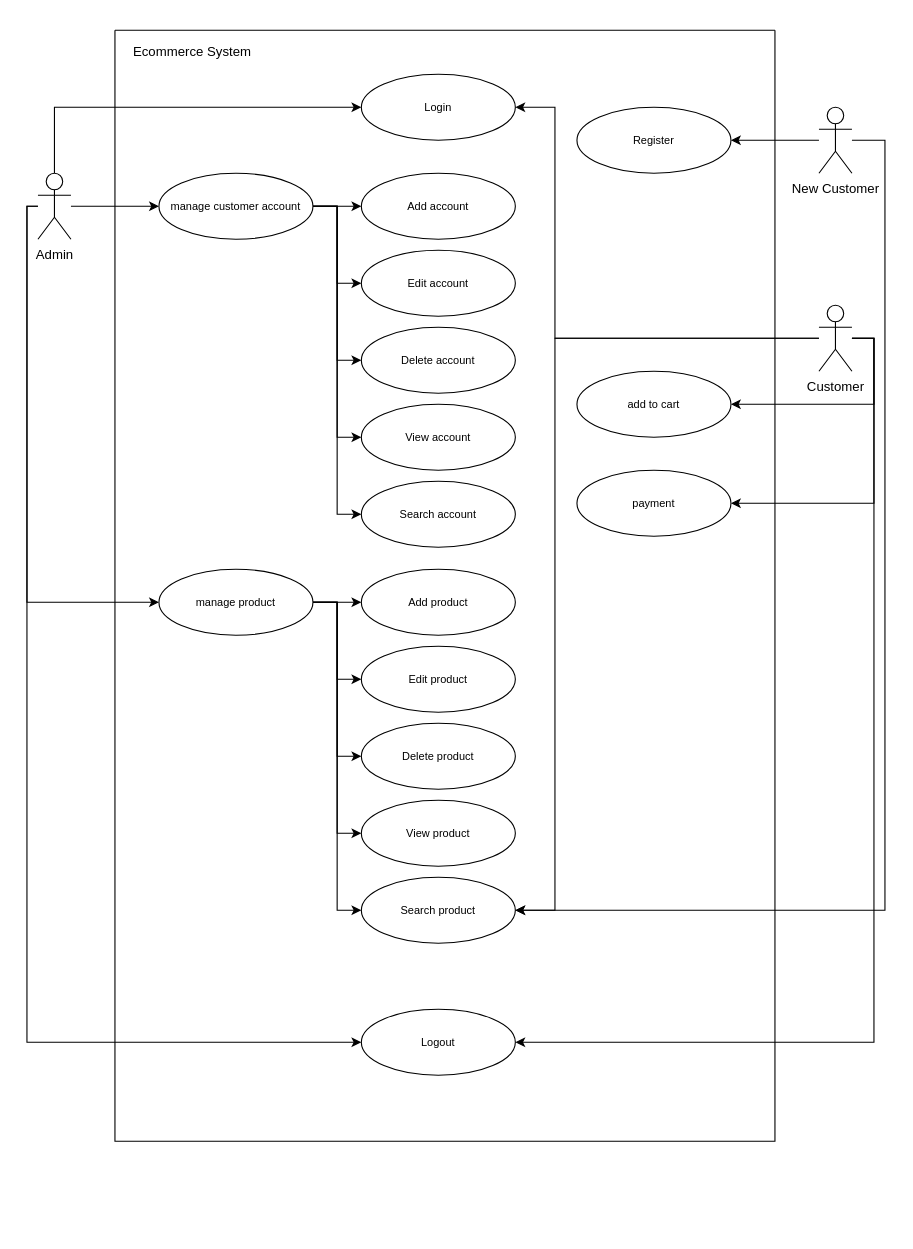
Before: Untitled Diagram.drawio in SewYongQi/Intern, a draw.io diagram. Source tidied: cells renumbered, new cells numbered last; positions are measured from the earlier drawing's top-left corner, leaving out a move shared by most shapes. Both pictures are drawn from the tidied source at 110%, with x=0, y=0 at pixel (26, 30).
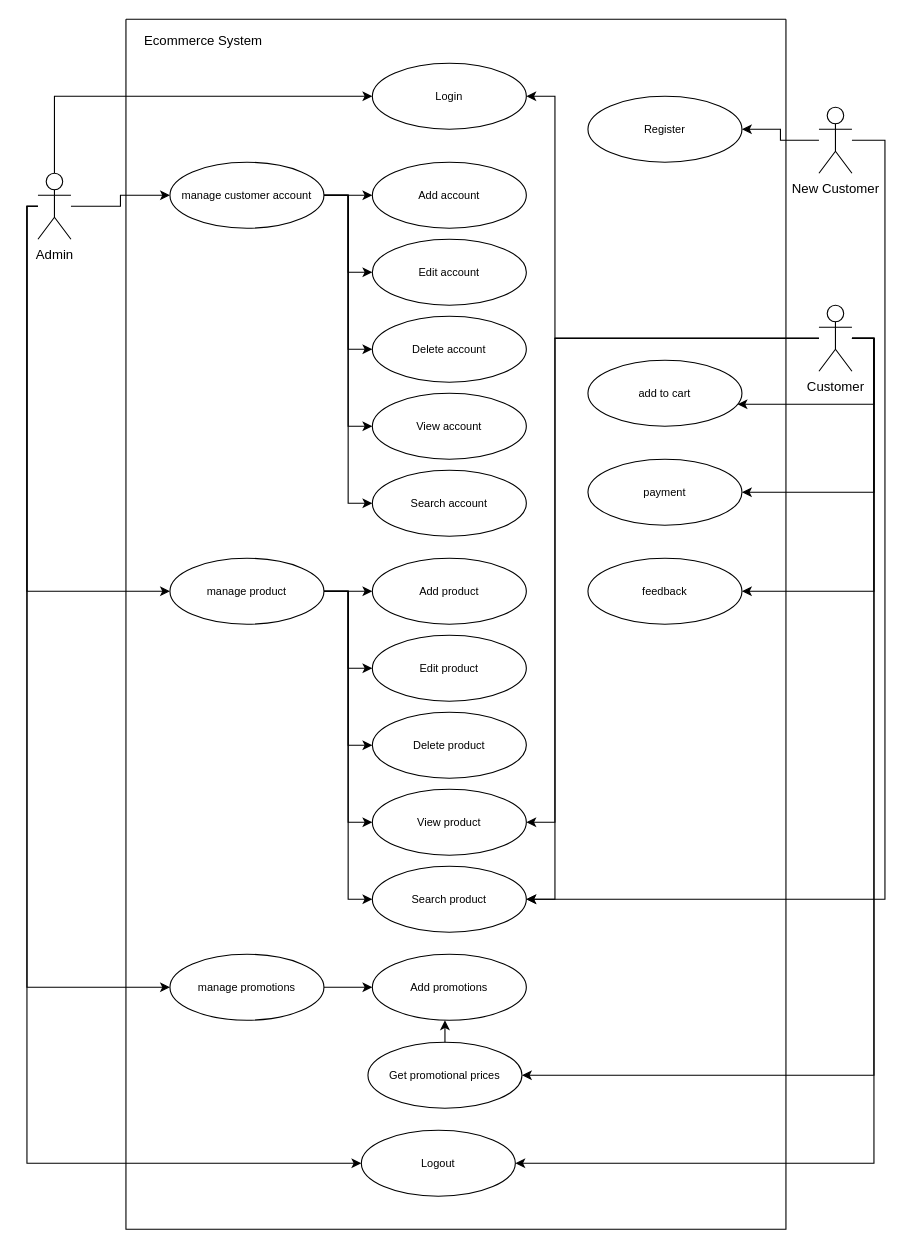
Above is the later version.

Unchanged cells that the change refers to:
```xml
<mxCell id="6" value="Admin" style="shape=umlActor;verticalLabelPosition=bottom;verticalAlign=top;html=1;outlineConnect=0;" parent="1" vertex="1">
  <mxGeometry x="10" y="130" width="30" height="60" as="geometry" />
</mxCell>
<mxCell id="20" value="Login" style="ellipse;whiteSpace=wrap;html=1;fontSize=10;" parent="7" vertex="1">
  <mxGeometry x="224" y="40" width="140" height="60" as="geometry" />
</mxCell>
<mxCell id="26" value="&lt;font style=&quot;font-size: 10px&quot;&gt;manage product&lt;/font&gt;" style="ellipse;whiteSpace=wrap;html=1;fontSize=10;" parent="7" vertex="1">
  <mxGeometry x="40" y="490" width="140" height="60" as="geometry" />
</mxCell>
<mxCell id="31" value="&lt;font style=&quot;font-size: 10px&quot;&gt;Search product&lt;/font&gt;" style="ellipse;whiteSpace=wrap;html=1;fontSize=10;" parent="7" vertex="1">
  <mxGeometry x="224" y="770" width="140" height="60" as="geometry" />
</mxCell>
<mxCell id="35" value="payment" style="ellipse;whiteSpace=wrap;html=1;fontSize=10;" parent="7" vertex="1">
  <mxGeometry x="420" y="400" width="140" height="60" as="geometry" />
</mxCell>
<mxCell id="38" value="New Customer" style="shape=umlActor;verticalLabelPosition=bottom;verticalAlign=top;html=1;outlineConnect=0;" parent="1" vertex="1">
  <mxGeometry x="720" y="70" width="30" height="60" as="geometry" />
</mxCell>
<mxCell id="44" value="Customer" style="shape=umlActor;verticalLabelPosition=bottom;verticalAlign=top;html=1;outlineConnect=0;" parent="1" vertex="1">
  <mxGeometry x="720" y="250" width="30" height="60" as="geometry" />
</mxCell>
```

Change to the diagram source:
```diff
@@
     <mxCell id="4" style="edgeStyle=orthogonalEdgeStyle;rounded=0;jettySize=auto;html=1;entryX=0;entryY=0.5;entryDx=0;entryDy=0;fontSize=10;" parent="1" edge="1" source="6" target="26">
       <mxGeometry relative="1" as="geometry">
         <Array as="points">
           <mxPoint y="160" />
-          <mxPoint y="520" />
+          <mxPoint y="510" />
         </Array>
       </mxGeometry>
     </mxCell>
     <mxCell id="5" style="edgeStyle=orthogonalEdgeStyle;rounded=0;jettySize=auto;html=1;entryX=0;entryY=0.5;entryDx=0;entryDy=0;fontSize=10;" parent="1" edge="1" source="6" target="32">
       <mxGeometry relative="1" as="geometry">
         <Array as="points">
           <mxPoint y="160" />
-          <mxPoint y="920" />
+          <mxPoint y="1030" />
         </Array>
       </mxGeometry>
     </mxCell>
@@
     <mxCell id="7" style="swimlane;startSize=0;" parent="1" vertex="1">
-      <mxGeometry x="80" width="600" height="1010" as="geometry" />
+      <mxGeometry x="90" y="-10" width="600" height="1100" as="geometry" />
     </mxCell>
@@
     <mxCell id="32" value="&lt;font style=&quot;font-size: 10px&quot;&gt;Logout&lt;/font&gt;" style="ellipse;whiteSpace=wrap;html=1;fontSize=10;" parent="7" vertex="1">
-      <mxGeometry x="224" y="890" width="140" height="60" as="geometry" />
+      <mxGeometry x="214" y="1010" width="140" height="60" as="geometry" />
     </mxCell>
@@
+    <mxCell id="45" value="feedback" style="ellipse;whiteSpace=wrap;html=1;fontSize=10;" parent="7" vertex="1">
+      <mxGeometry x="420" y="490" width="140" height="60" as="geometry" />
+    </mxCell>
+    <mxCell id="46" value="&lt;font style=&quot;font-size: 10px&quot;&gt;manage promotions&lt;/font&gt;" style="ellipse;whiteSpace=wrap;html=1;fontSize=10;" parent="7" vertex="1">
+      <mxGeometry x="40" y="850" width="140" height="60" as="geometry" />
+    </mxCell>
+    <mxCell id="47" value="&lt;font style=&quot;font-size: 10px&quot;&gt;Add promotions&lt;/font&gt;" style="ellipse;whiteSpace=wrap;html=1;fontSize=10;" parent="7" vertex="1">
+      <mxGeometry x="224" y="850" width="140" height="60" as="geometry" />
+    </mxCell>
+    <mxCell id="48" value="&lt;font style=&quot;font-size: 10px&quot;&gt;Get promotional prices&lt;/font&gt;" style="ellipse;whiteSpace=wrap;html=1;fontSize=10;" parent="7" vertex="1">
+      <mxGeometry x="220" y="930" width="140" height="60" as="geometry" />
+    </mxCell>
+    <mxCell id="49" style="edgeStyle=orthogonalEdgeStyle;rounded=0;jettySize=auto;html=1;exitX=1;exitY=0.5;exitDx=0;exitDy=0;entryX=0;entryY=0.5;entryDx=0;entryDy=0;fontSize=10;" parent="7" edge="1" source="46" target="47">
+      <mxGeometry relative="1" as="geometry" />
+    </mxCell>
@@
     <mxCell id="37" style="edgeStyle=orthogonalEdgeStyle;rounded=0;jettySize=auto;html=1;entryX=1;entryY=0.5;entryDx=0;entryDy=0;fontSize=10;" parent="1" edge="1" source="38" target="31">
       <mxGeometry relative="1" as="geometry">
         <Array as="points">
           <mxPoint x="780" y="100" />
-          <mxPoint x="780" y="800" />
+          <mxPoint x="780" y="790" />
         </Array>
       </mxGeometry>
     </mxCell>
@@
     <mxCell id="39" style="edgeStyle=orthogonalEdgeStyle;rounded=0;jettySize=auto;html=1;entryX=1;entryY=0.5;entryDx=0;entryDy=0;fontSize=10;" parent="1" edge="1" source="44" target="31">
       <mxGeometry relative="1" as="geometry">
         <Array as="points">
           <mxPoint x="480" y="280" />
-          <mxPoint x="480" y="800" />
+          <mxPoint x="480" y="790" />
         </Array>
       </mxGeometry>
     </mxCell>
     <mxCell id="40" style="edgeStyle=orthogonalEdgeStyle;rounded=0;jettySize=auto;html=1;entryX=1;entryY=0.5;entryDx=0;entryDy=0;fontSize=10;" parent="1" edge="1" source="44" target="20">
       <mxGeometry relative="1" as="geometry">
         <Array as="points">
           <mxPoint x="480" y="280" />
-          <mxPoint x="480" y="70" />
+          <mxPoint x="480" y="60" />
         </Array>
       </mxGeometry>
     </mxCell>
@@
     <mxCell id="42" style="edgeStyle=orthogonalEdgeStyle;rounded=0;jettySize=auto;html=1;entryX=1;entryY=0.5;entryDx=0;entryDy=0;fontSize=10;" parent="1" edge="1" source="44" target="35">
       <mxGeometry relative="1" as="geometry">
         <Array as="points">
           <mxPoint x="770" y="280" />
-          <mxPoint x="770" y="430" />
+          <mxPoint x="770" y="420" />
         </Array>
       </mxGeometry>
     </mxCell>
     <mxCell id="43" style="edgeStyle=orthogonalEdgeStyle;rounded=0;jettySize=auto;html=1;entryX=1;entryY=0.5;entryDx=0;entryDy=0;fontSize=10;" parent="1" edge="1" source="44" target="32">
       <mxGeometry relative="1" as="geometry">
         <Array as="points">
           <mxPoint x="770" y="280" />
-          <mxPoint x="770" y="920" />
+          <mxPoint x="770" y="1030" />
         </Array>
       </mxGeometry>
     </mxCell>
@@
+    <mxCell id="50" style="edgeStyle=orthogonalEdgeStyle;rounded=0;jettySize=auto;html=1;fontSize=10;entryX=0;entryY=0.5;entryDx=0;entryDy=0;" parent="1" edge="1" target="46">
+      <mxGeometry relative="1" as="geometry">
+        <mxPoint x="10" y="160" as="sourcePoint" />
+        <Array as="points">
+          <mxPoint y="160" />
+          <mxPoint y="870" />
+        </Array>
+      </mxGeometry>
+    </mxCell>
+    <mxCell id="51" style="edgeStyle=orthogonalEdgeStyle;rounded=0;orthogonalLoop=1;jettySize=auto;html=1;entryX=1;entryY=0.5;entryDx=0;entryDy=0;fontSize=10;" parent="1" edge="1">
+      <mxGeometry relative="1" as="geometry">
+        <mxPoint x="750" y="280" as="sourcePoint" />
+        <mxPoint x="650" y="510" as="targetPoint" />
+        <Array as="points">
+          <mxPoint x="770" y="280" />
+          <mxPoint x="770" y="510" />
+        </Array>
+      </mxGeometry>
+    </mxCell>
+    <mxCell id="52" style="edgeStyle=orthogonalEdgeStyle;rounded=0;orthogonalLoop=1;jettySize=auto;html=1;fontSize=10;" parent="1" edge="1">
+      <mxGeometry relative="1" as="geometry">
+        <mxPoint x="750" y="280" as="sourcePoint" />
+        <mxPoint x="450" y="950" as="targetPoint" />
+        <Array as="points">
+          <mxPoint x="770" y="280" />
+          <mxPoint x="770" y="950" />
+        </Array>
+      </mxGeometry>
+    </mxCell>
+    <mxCell id="53" style="edgeStyle=orthogonalEdgeStyle;rounded=0;jettySize=auto;html=1;exitX=0.5;exitY=0;exitDx=0;exitDy=0;fontSize=10;" parent="1" edge="1" source="48">
+      <mxGeometry relative="1" as="geometry">
+        <mxPoint x="380" y="900" as="targetPoint" />
+      </mxGeometry>
+    </mxCell>
+    <mxCell id="54" style="edgeStyle=orthogonalEdgeStyle;rounded=0;orthogonalLoop=1;jettySize=auto;html=1;fontSize=10;" parent="1" edge="1">
+      <mxGeometry relative="1" as="geometry">
+        <mxPoint x="720" y="280" as="sourcePoint" />
+        <mxPoint x="454" y="720" as="targetPoint" />
+        <Array as="points">
+          <mxPoint x="480" y="280" />
+          <mxPoint x="480" y="720" />
+          <mxPoint x="454" y="720" />
+        </Array>
+      </mxGeometry>
+    </mxCell>
```
